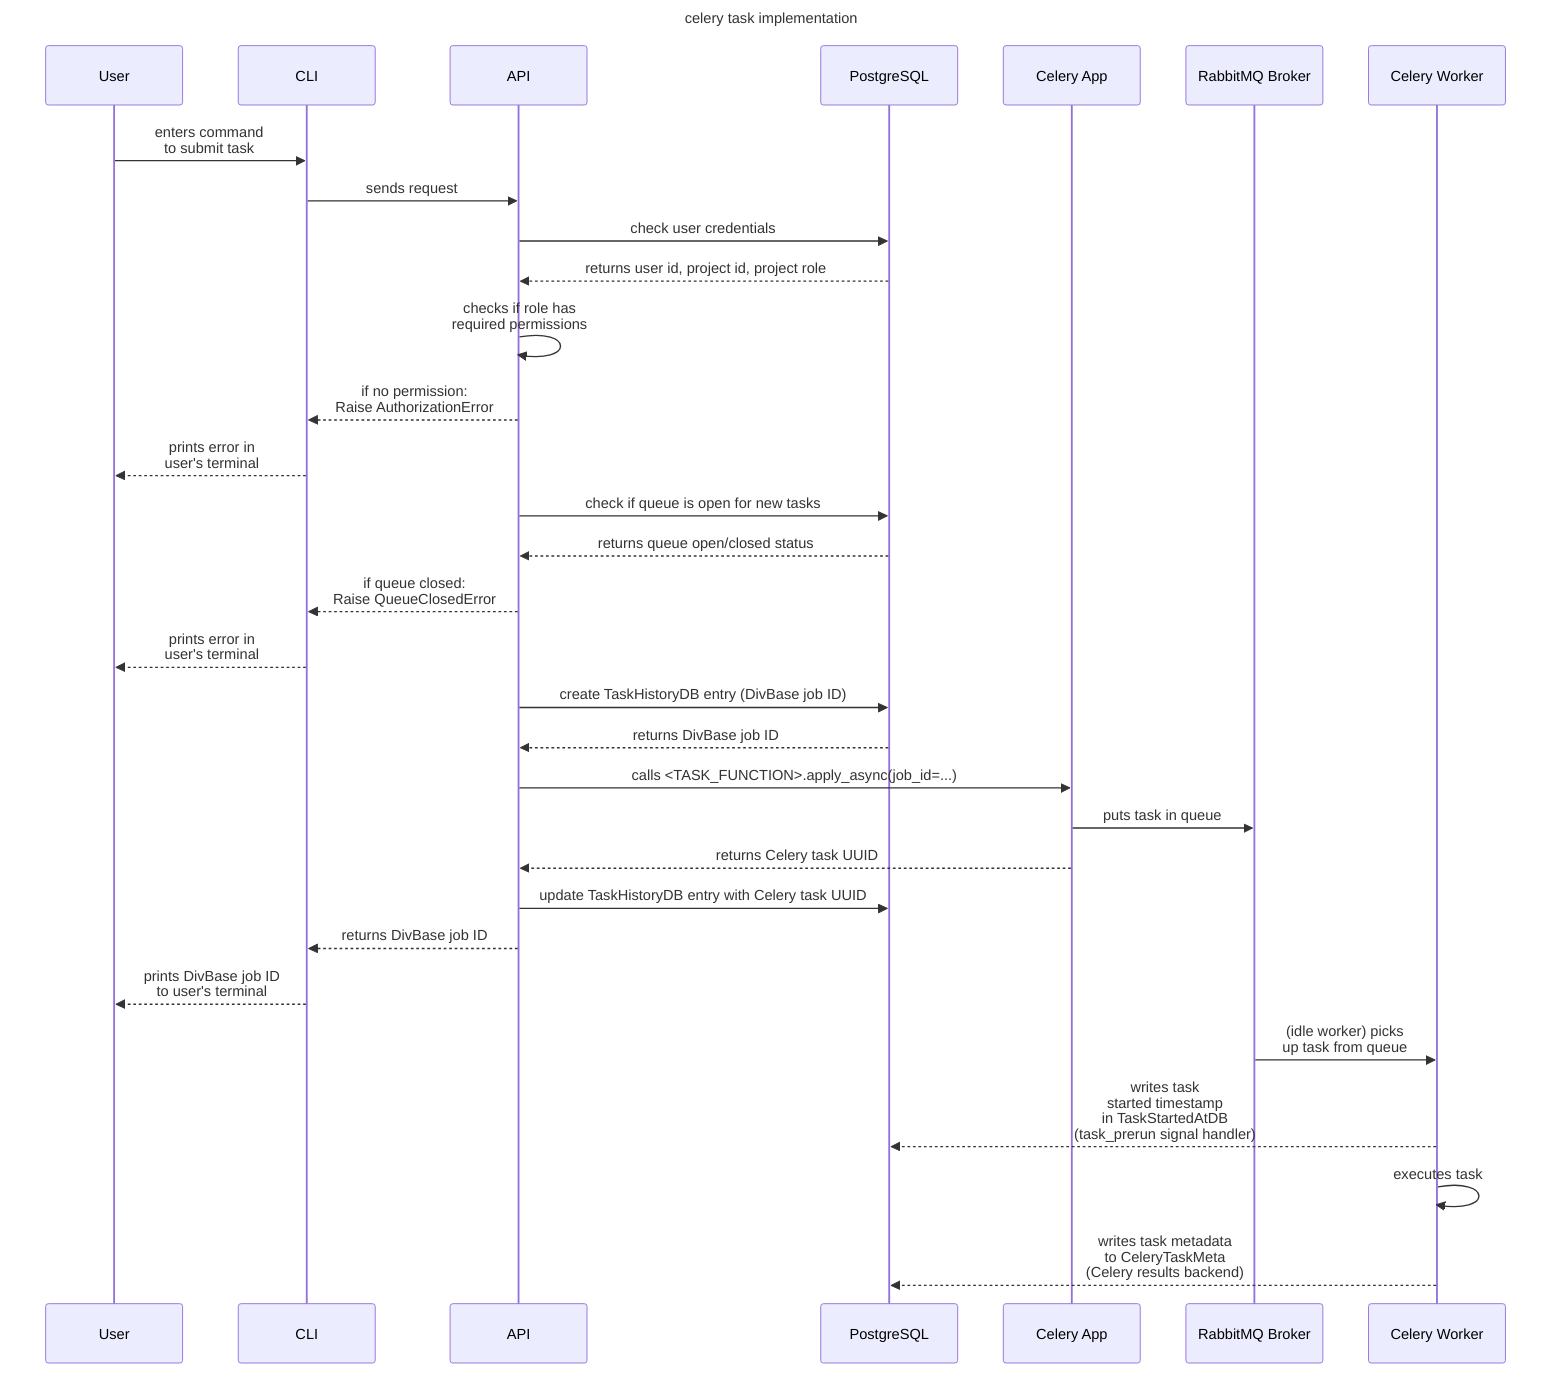
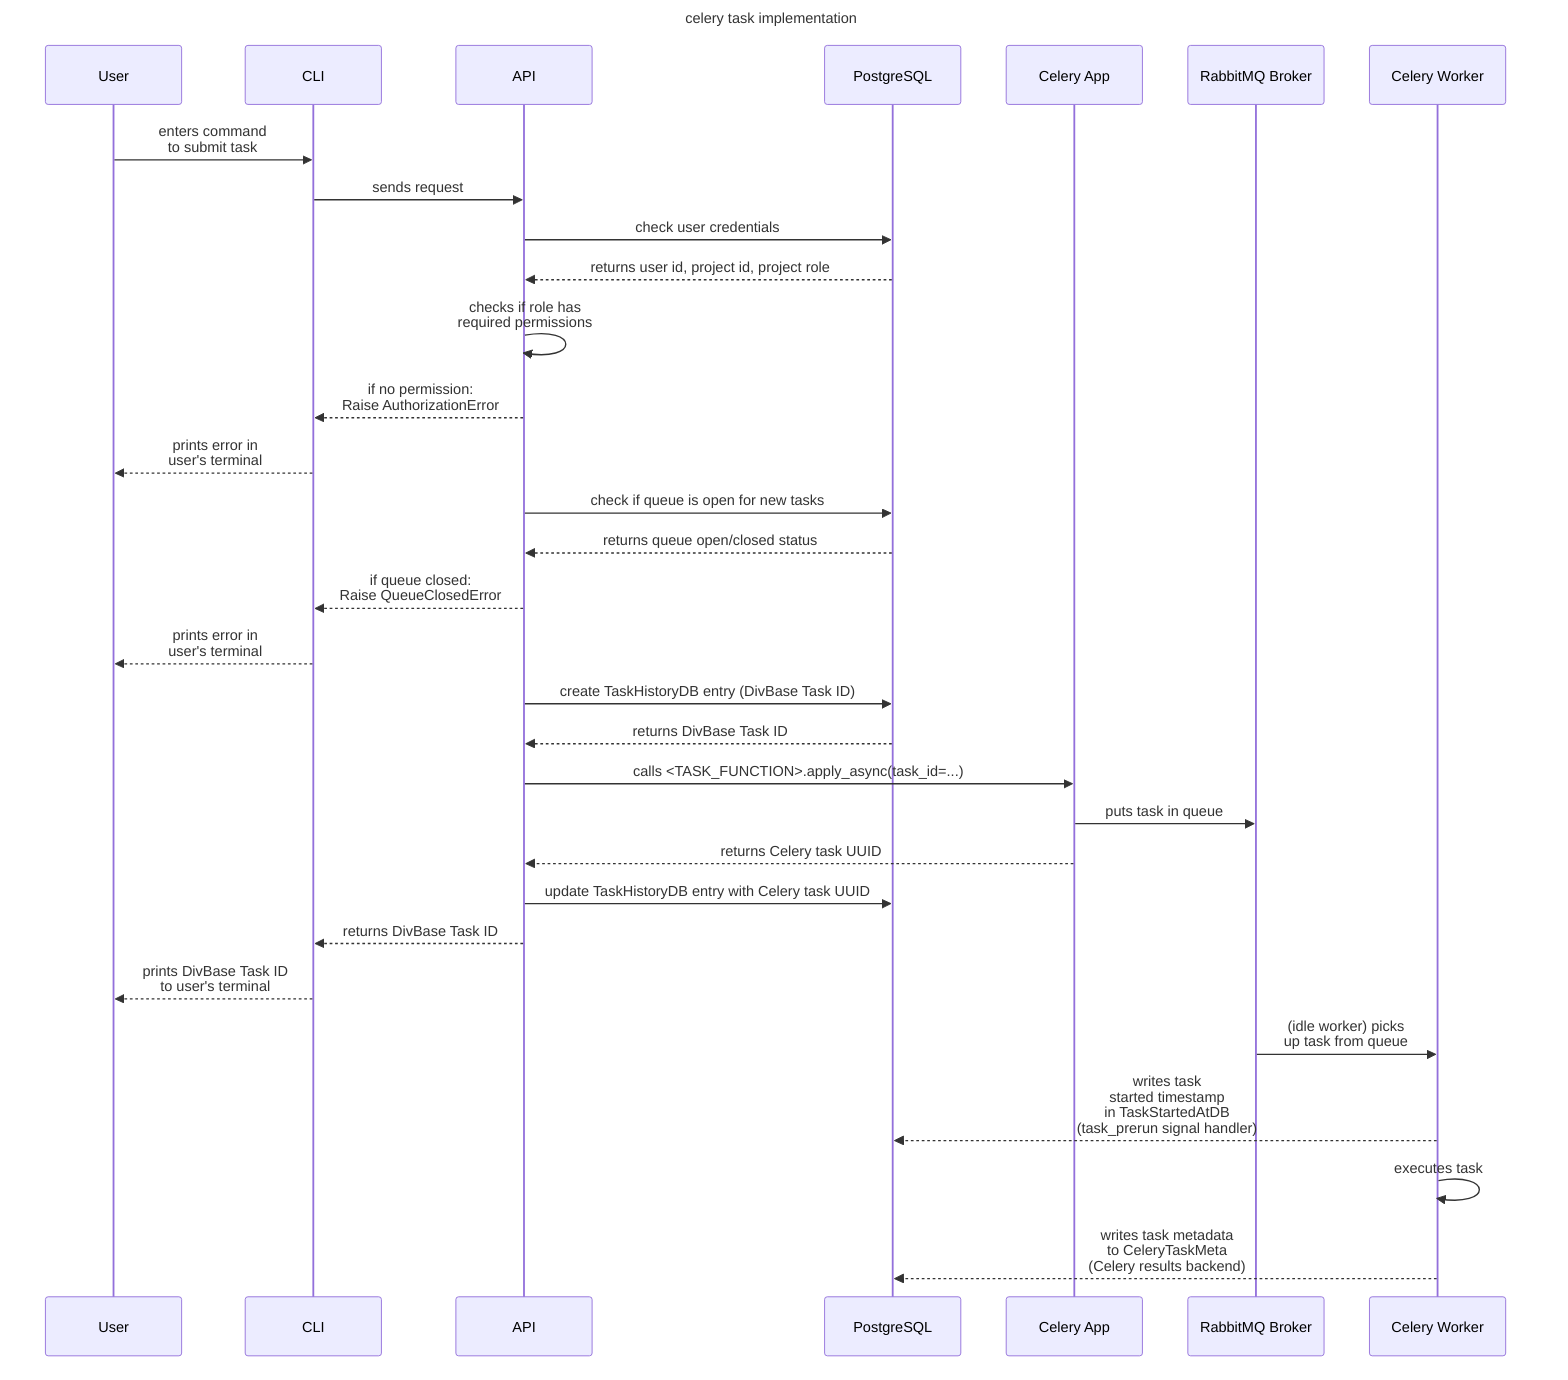
sequenceDiagram
    title celery task implementation
    participant User
    participant CLI
    participant API
    participant DB as PostgreSQL
    participant CeleryApp as Celery App
    participant Broker as RabbitMQ Broker
    participant CeleryWorker as Celery Worker

    User->>CLI: enters command<br>to submit task
    CLI->>API: sends request
    API->>DB: check user credentials
    DB-->>API: returns user id, project id, project role
    API->>API: checks if role has<br>required permissions
    API-->>CLI: if no permission:<br>Raise AuthorizationError
    CLI-->>User: prints error in<br>user's terminal
    API->>DB: check if queue is open for new tasks
    DB-->>API: returns queue open/closed status
    API-->>CLI: if queue closed:<br>Raise QueueClosedError
    CLI-->>User: prints error in<br>user's terminal
-     API->>DB: create TaskHistoryDB entry (DivBase job ID)
-     DB-->>API: returns DivBase job ID
-     API->>CeleryApp: calls <TASK_FUNCTION>.apply_async(job_id=...)
+     API->>DB: create TaskHistoryDB entry (DivBase Task ID)
+     DB-->>API: returns DivBase Task ID
+     API->>CeleryApp: calls <TASK_FUNCTION>.apply_async(task_id=...)
    CeleryApp->>Broker: puts task in queue
    CeleryApp-->>API: returns Celery task UUID
    API->>DB: update TaskHistoryDB entry with Celery task UUID
-     API-->>CLI: returns DivBase job ID
-     CLI-->>User: prints DivBase job ID<br>to user's terminal
+     API-->>CLI: returns DivBase Task ID
+     CLI-->>User: prints DivBase Task ID<br>to user's terminal
    Broker->>CeleryWorker: (idle worker) picks<br>up task from queue
    CeleryWorker-->>DB: writes task<br>started timestamp<br>in TaskStartedAtDB<br>(task_prerun signal handler)
    CeleryWorker->>CeleryWorker: executes task
    CeleryWorker-->>DB: writes task metadata<br>to CeleryTaskMeta<br>(Celery results backend)

%% Exported to dark theme SVG with:
%% mmdc -i docs/assets/diagrams/celery_task_implementation_sequence_diagram.mermaid \
%%      -o docs/assets/diagrams/celery_task_implementation_sequence_diagram.svg \
%%      -t dark \
%%      --backgroundColor "#22272e"
